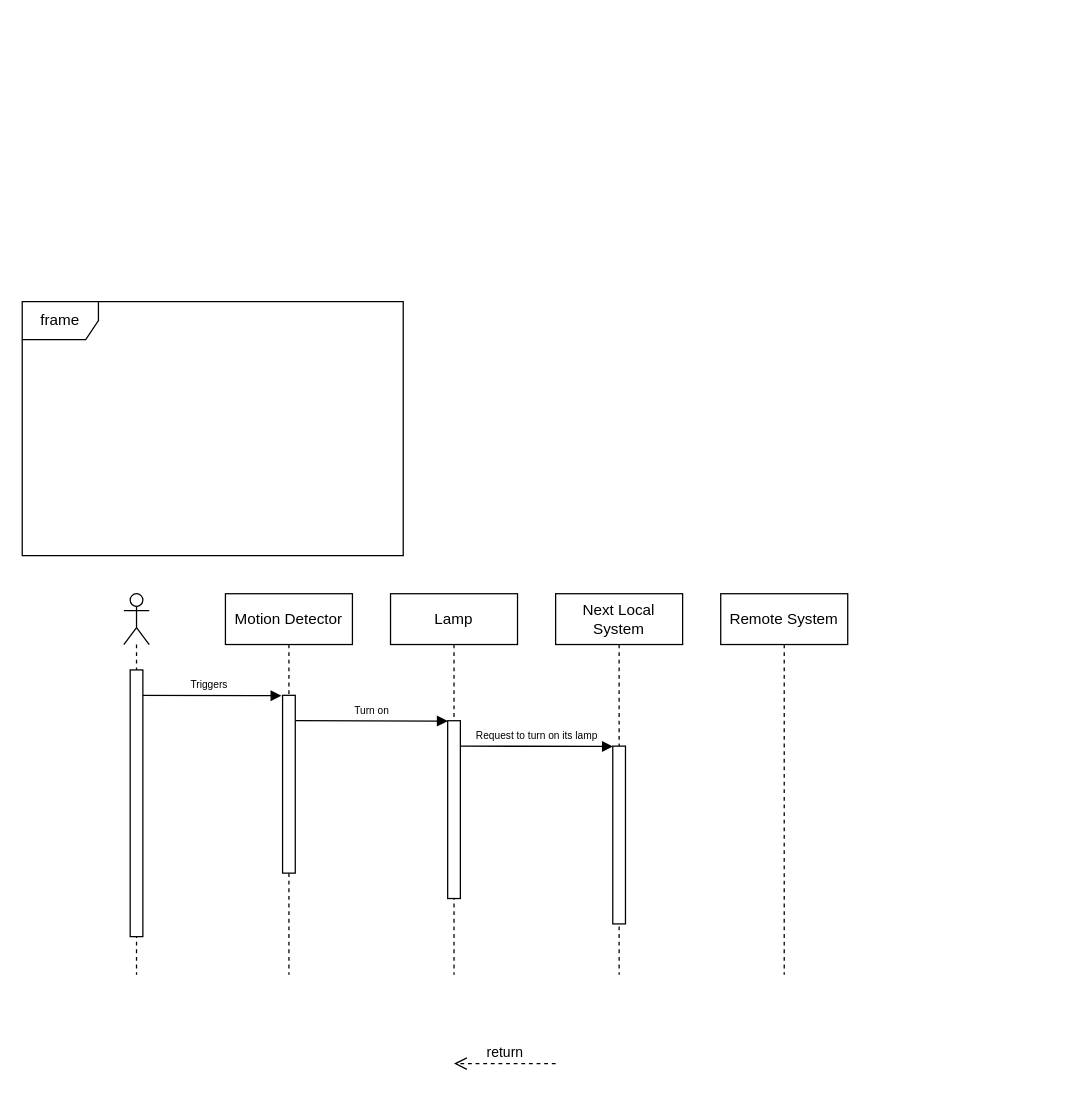
ESRGgroup9/slipad keeps this draw.io diagram as page "SeqDiagram" (4 of 5) of project/report/flowcharts/LocalSystem.drawio. Above is the earlier version. Source tidied: cells renumbered, new cells numbered last; positions are measured from the earlier drawing's top-left corner, leaving out a move shared by most shapes. Both pictures are drawn from the tidied source at 127%, with x=0, y=0 at pixel (22, 301).
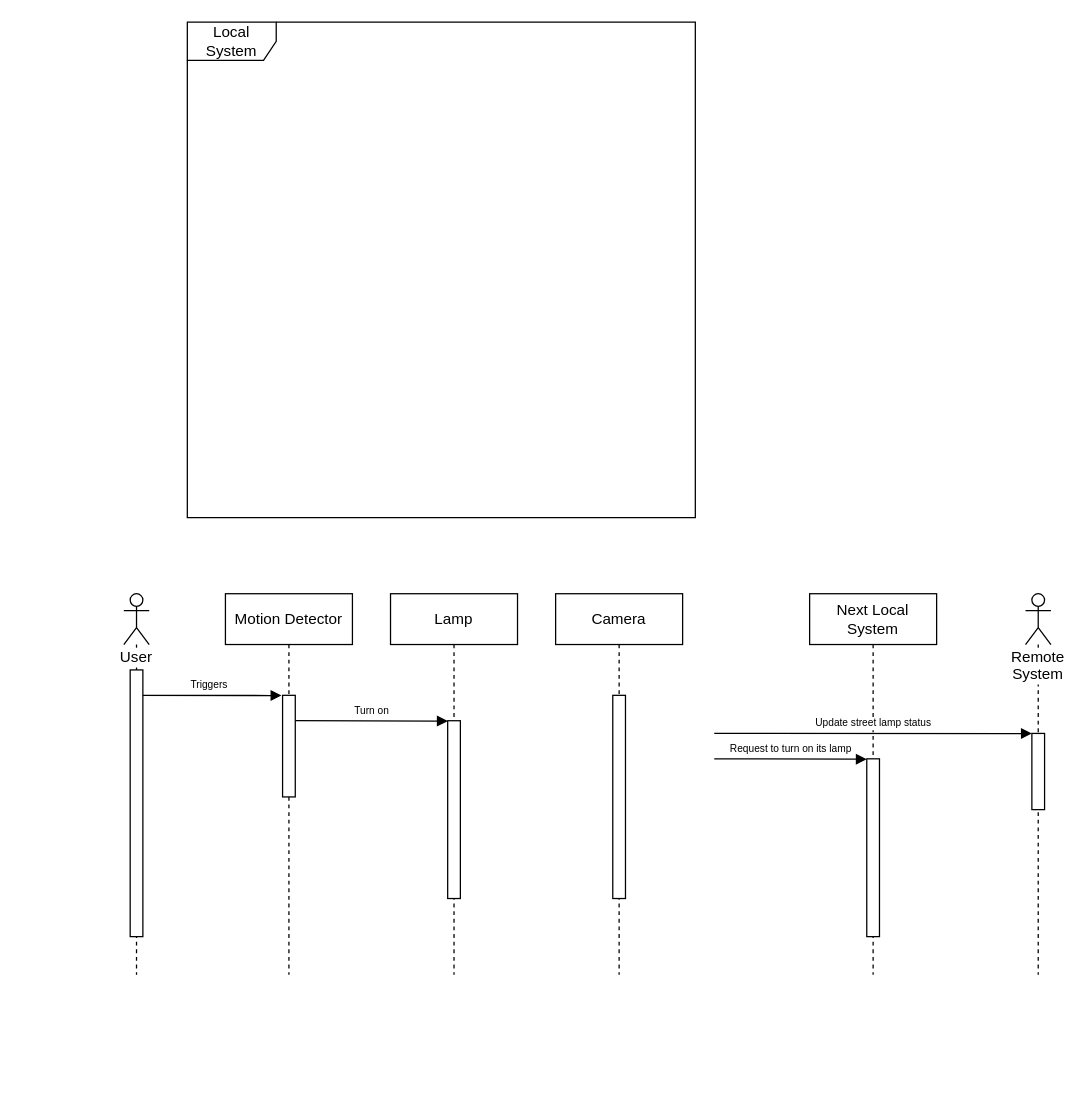
Above is the later version.

Commit message (it also covers changes not shown here):
Local system vs Base Station

The change refers to these unchanged cells:
```xml
<mxCell id="9" value="Motion Detector" style="shape=umlLifeline;perimeter=lifelinePerimeter;whiteSpace=wrap;html=1;" parent="1" vertex="1">
  <mxGeometry x="160" y="230" width="100" height="300" as="geometry" />
</mxCell>
```

What changed in the source:
```diff
@@
-    <mxCell id="3" style="shape=umlLifeline;participant=umlActor;perimeter=lifelinePerimeter;whiteSpace=wrap;html=1;verticalAlign=top;spacingTop=36;" parent="1" vertex="1">
+    <mxCell id="3" value="User" style="shape=umlLifeline;participant=umlActor;perimeter=lifelinePerimeter;whiteSpace=wrap;html=1;verticalAlign=top;spacingTop=36;size=40;labelBackgroundColor=default;" parent="1" vertex="1">
       <mxGeometry x="80" y="230" width="20" height="300" as="geometry" />
     </mxCell>
@@
-    <mxCell id="5" value="frame" style="shape=umlFrame;whiteSpace=wrap;html=1;" parent="1" vertex="1">
-      <mxGeometry width="300" height="200" as="geometry" />
+    <mxCell id="5" value="Local System" style="shape=umlFrame;whiteSpace=wrap;html=1;width=70;height=30;" parent="1" vertex="1">
+      <mxGeometry x="130" y="-220" width="400" height="390" as="geometry" />
     </mxCell>
@@
     <mxCell id="10" style="html=1;points=[];perimeter=orthogonalPerimeter;" parent="9" vertex="1">
-      <mxGeometry x="45" y="80" width="10" height="140" as="geometry" />
+      <mxGeometry x="45" y="80" width="10" height="80" as="geometry" />
     </mxCell>
-    <mxCell id="11" value="Remote System" style="shape=umlLifeline;perimeter=lifelinePerimeter;whiteSpace=wrap;html=1;" parent="1" vertex="1">
-      <mxGeometry x="550" y="230" width="100" height="300" as="geometry" />
-    </mxCell>
     <mxCell id="12" value="Next Local System" style="shape=umlLifeline;perimeter=lifelinePerimeter;whiteSpace=wrap;html=1;" parent="1" vertex="1">
-      <mxGeometry x="420" y="230" width="100" height="300" as="geometry" />
+      <mxGeometry x="620" y="230" width="100" height="300" as="geometry" />
     </mxCell>
     <mxCell id="13" value="Request to turn on its lamp" style="html=1;verticalAlign=bottom;endArrow=block;rounded=0;entryX=0.01;entryY=0.002;entryDx=0;entryDy=0;entryPerimeter=0;fontSize=8;" parent="12" edge="1">
       <mxGeometry relative="1" as="geometry">
-        <mxPoint x="-75" y="120" as="sourcePoint" />
-        <mxPoint x="45.1" y="120.3" as="targetPoint" />
+        <mxPoint x="-75.1" y="130" as="sourcePoint" />
+        <mxPoint x="45" y="130.3" as="targetPoint" />
       </mxGeometry>
     </mxCell>
     <mxCell id="14" style="html=1;perimeter=orthogonalPerimeter;" parent="12" vertex="1">
-      <mxGeometry x="45" y="120" width="10" height="140" as="geometry" />
+      <mxGeometry x="45" y="130" width="10" height="140" as="geometry" />
     </mxCell>
-    <mxCell id="15" value="return" style="html=1;verticalAlign=bottom;endArrow=open;dashed=1;endSize=8;rounded=0;" parent="1" edge="1">
-      <mxGeometry relative="1" as="geometry">
-        <mxPoint x="420" y="600" as="sourcePoint" />
-        <mxPoint x="340" y="600" as="targetPoint" />
-      </mxGeometry>
-    </mxCell>
+    <mxCell id="16" value="Update street lamp status" style="html=1;verticalAlign=bottom;endArrow=block;rounded=0;fontSize=8;entryX=0;entryY=0.003;entryDx=0;entryDy=0;entryPerimeter=0;" parent="12" edge="1">
+      <mxGeometry relative="1" as="geometry">
+        <mxPoint x="-75.1" y="110" as="sourcePoint" />
+        <mxPoint x="175" y="110.1" as="targetPoint" />
+      </mxGeometry>
+    </mxCell>
+    <mxCell id="11" value="Remote System" style="shape=umlLifeline;participant=umlActor;perimeter=lifelinePerimeter;whiteSpace=wrap;html=1;verticalAlign=top;spacingTop=36;size=40;labelBackgroundColor=default;" parent="1" vertex="1">
+      <mxGeometry x="790" y="230" width="20" height="300" as="geometry" />
+    </mxCell>
+    <mxCell id="17" style="html=1;perimeter=orthogonalPerimeter;" parent="11" vertex="1">
+      <mxGeometry x="5" y="110" width="10" height="60" as="geometry" />
+    </mxCell>
+    <mxCell id="18" value="Camera" style="shape=umlLifeline;perimeter=lifelinePerimeter;whiteSpace=wrap;html=1;" parent="1" vertex="1">
+      <mxGeometry x="420" y="230" width="100" height="300" as="geometry" />
+    </mxCell>
+    <mxCell id="19" style="html=1;perimeter=orthogonalPerimeter;" parent="18" vertex="1">
+      <mxGeometry x="45" y="80" width="10" height="160" as="geometry" />
+    </mxCell>
```
